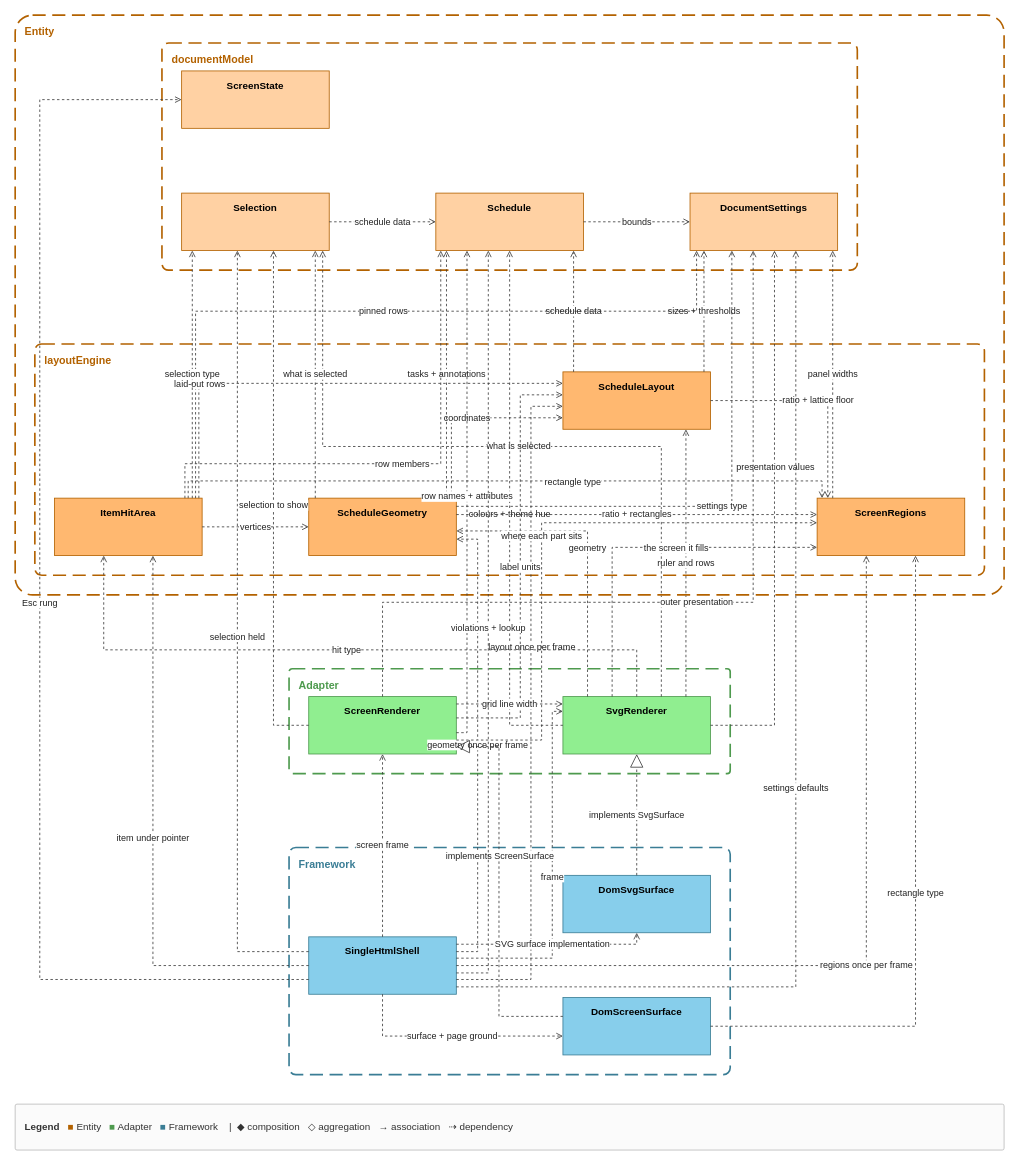
GoodRelax/gr-scheduler keeps this draw.io diagram as docs/spec/_source/view-read.drawio. Above is the earlier version. Source tidied: cells renumbered, new cells numbered last; positions are measured from the earlier drawing's top-left corner, leaving out a move shared by most shapes. Both pictures are drawn from the tidied source at 82%, with x=0, y=0 at pixel (15, 15).
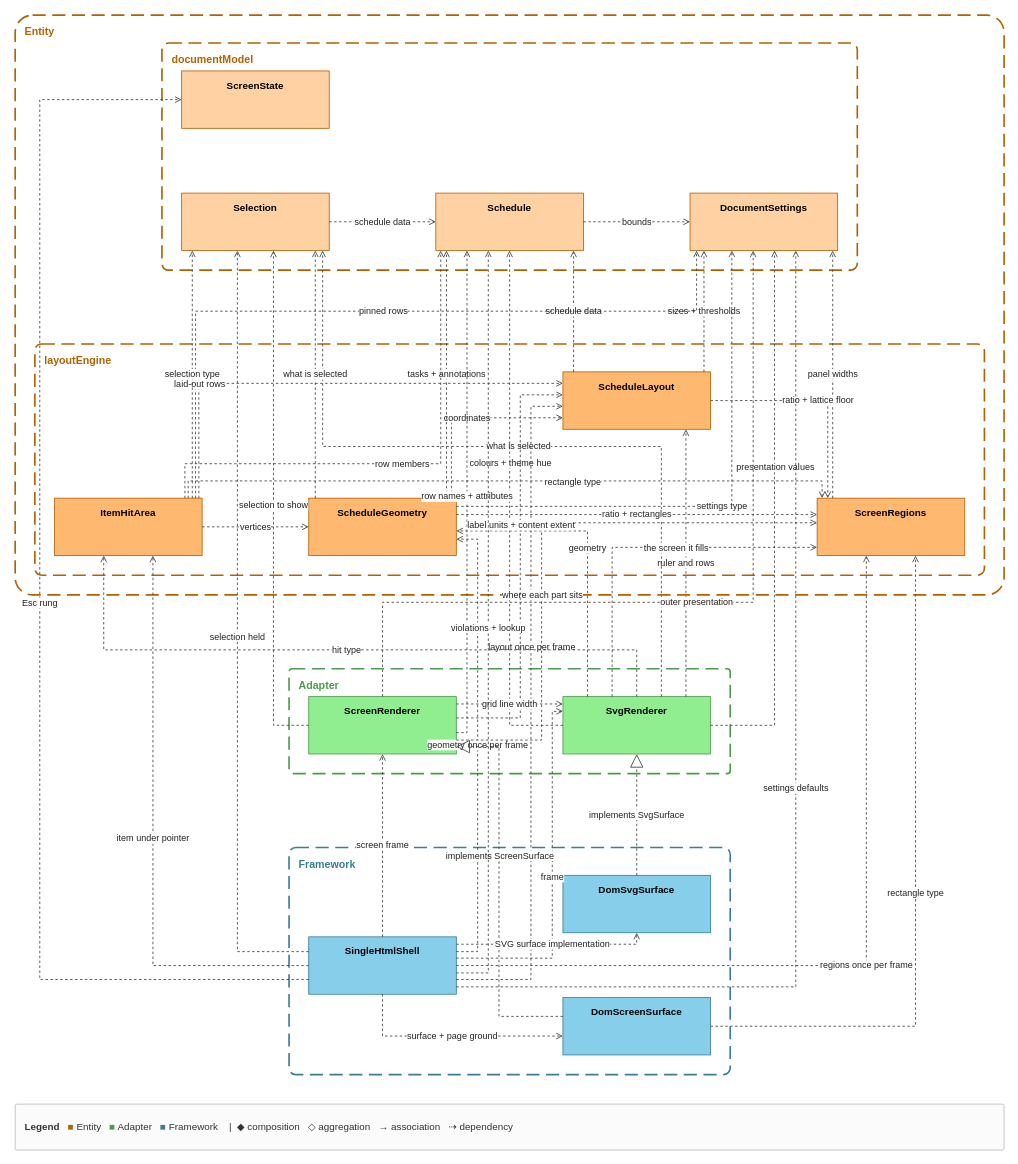
The same page after the edit.

Unchanged cells that the change refers to:
```xml
<mxCell id="9" value="&lt;b&gt;SvgRenderer&lt;/b&gt;" style="rounded=0;whiteSpace=wrap;html=1;verticalAlign=top;spacingTop=4;fillColor=#90EE90;strokeColor=#4E9A4E;" parent="1" vertex="1">
  <mxGeometry x="668" y="831" width="180" height="70" as="geometry" />
</mxCell>
<mxCell id="10" value="&lt;b&gt;Schedule&lt;/b&gt;" style="rounded=0;whiteSpace=wrap;html=1;verticalAlign=top;spacingTop=4;fillColor=#FFD1A3;strokeColor=#B36200;" parent="1" vertex="1">
  <mxGeometry x="513" y="217" width="180" height="70" as="geometry" />
</mxCell>
<mxCell id="12" value="&lt;b&gt;ScheduleLayout&lt;/b&gt;" style="rounded=0;whiteSpace=wrap;html=1;verticalAlign=top;spacingTop=4;fillColor=#FFB870;strokeColor=#B36200;" parent="1" vertex="1">
  <mxGeometry x="668" y="435" width="180" height="70" as="geometry" />
</mxCell>
<mxCell id="16" value="&lt;b&gt;ScreenRegions&lt;/b&gt;" style="rounded=0;whiteSpace=wrap;html=1;verticalAlign=top;spacingTop=4;fillColor=#FFB870;strokeColor=#B36200;" parent="1" vertex="1">
  <mxGeometry x="978" y="589" width="180" height="70" as="geometry" />
</mxCell>
<mxCell id="18" value="&lt;b&gt;ScreenRenderer&lt;/b&gt;" style="rounded=0;whiteSpace=wrap;html=1;verticalAlign=top;spacingTop=4;fillColor=#90EE90;strokeColor=#4E9A4E;" parent="1" vertex="1">
  <mxGeometry x="358" y="831" width="180" height="70" as="geometry" />
</mxCell>
```

The edit, as a diff of the source:
```diff
@@
-    <mxCell id="31" value="colours + theme hue" style="edgeStyle=orthogonalEdgeStyle;rounded=0;html=1;strokeColor=#3A3A3A;fontSize=11;fontColor=#222222;labelBackgroundColor=#FFFFFF;endArrow=open;dashed=1;" parent="1" edge="1" source="9" target="10">
+    <mxCell id="31" style="edgeStyle=orthogonalEdgeStyle;rounded=0;html=1;strokeColor=#3A3A3A;fontSize=11;fontColor=#222222;labelBackgroundColor=#FFFFFF;endArrow=open;dashed=1;" parent="1" edge="1" source="9" target="10">
       <mxGeometry relative="1" as="geometry">
         <Array as="points">
           <mxPoint x="634" y="866" />
           <mxPoint x="603" y="866" />
           <mxPoint x="603" y="866" />
           <mxPoint x="603" y="866" />
           <mxPoint x="603" y="418" />
         </Array>
       </mxGeometry>
     </mxCell>
+    <mxCell id="72" value="colours + theme hue" style="edgeLabel;html=1;align=center;verticalAlign=middle;labelBackgroundColor=#FFFFFF;fontSize=11;fontColor=#222222;" parent="31" vertex="1">
+      <mxGeometry x="0.2" relative="1" as="geometry" />
+    </mxCell>
@@
-    <mxCell id="45" value="where each part sits" style="edgeStyle=orthogonalEdgeStyle;rounded=0;html=1;strokeColor=#3A3A3A;fontSize=11;fontColor=#222222;labelBackgroundColor=#FFFFFF;endArrow=open;dashed=1;" parent="1" edge="1" source="18" target="16">
+    <mxCell id="45" style="edgeStyle=orthogonalEdgeStyle;rounded=0;html=1;strokeColor=#3A3A3A;fontSize=11;fontColor=#222222;labelBackgroundColor=#FFFFFF;endArrow=open;dashed=1;" parent="1" edge="1" source="18" target="16">
       <mxGeometry relative="1" as="geometry">
         <Array as="points">
           <mxPoint x="589" y="884" />
           <mxPoint x="642" y="884" />
           <mxPoint x="642" y="884" />
           <mxPoint x="642" y="884" />
           <mxPoint x="642" y="619" />
           <mxPoint x="642" y="619" />
           <mxPoint x="642" y="619" />
           <mxPoint x="853" y="619" />
         </Array>
       </mxGeometry>
     </mxCell>
+    <mxCell id="73" value="where each part sits" style="edgeLabel;html=1;align=center;verticalAlign=middle;labelBackgroundColor=#FFFFFF;fontSize=11;fontColor=#222222;" parent="45" vertex="1">
+      <mxGeometry x="-0.2" relative="1" as="geometry" />
+    </mxCell>
@@
-    <mxCell id="61" value="label units" style="edgeStyle=orthogonalEdgeStyle;rounded=0;html=1;strokeColor=#3A3A3A;fontSize=11;fontColor=#222222;labelBackgroundColor=#FFFFFF;endArrow=open;dashed=1;" parent="1" edge="1" source="18" target="12">
+    <mxCell id="61" style="edgeStyle=orthogonalEdgeStyle;rounded=0;html=1;strokeColor=#3A3A3A;fontSize=11;fontColor=#222222;labelBackgroundColor=#FFFFFF;endArrow=open;dashed=1;" parent="1" edge="1" source="18" target="12">
       <mxGeometry relative="1" as="geometry">
         <Array as="points">
           <mxPoint x="578" y="857" />
           <mxPoint x="616" y="857" />
           <mxPoint x="616" y="857" />
           <mxPoint x="616" y="857" />
           <mxPoint x="616" y="463" />
           <mxPoint x="616" y="463" />
           <mxPoint x="616" y="463" />
           <mxPoint x="640" y="463" />
         </Array>
       </mxGeometry>
     </mxCell>
+    <mxCell id="74" value="label units + content extent" style="edgeLabel;html=1;align=center;verticalAlign=middle;labelBackgroundColor=#FFFFFF;fontSize=11;fontColor=#222222;" parent="61" vertex="1">
+      <mxGeometry x="0.2" relative="1" as="geometry" />
+    </mxCell>
```
